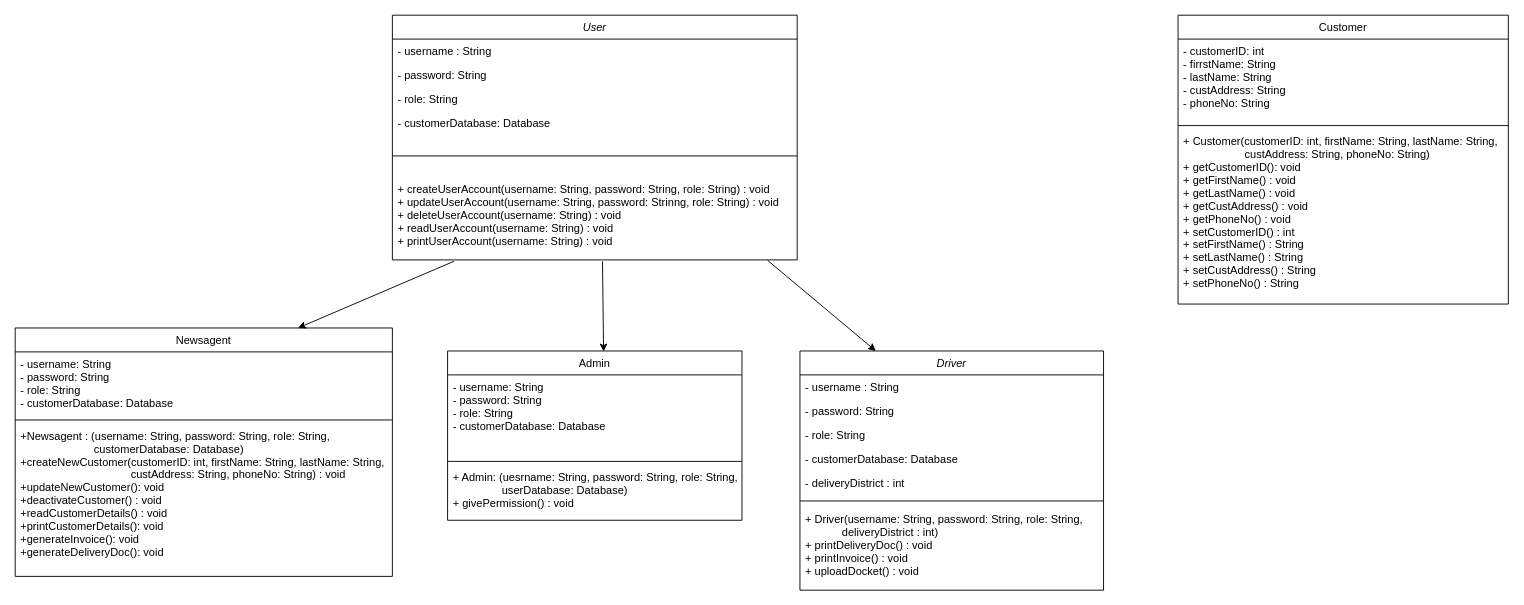
Above: Architecture/UML_Natalia.drawio in NataliaPalej/Newsagent-Project (draw.io), before the change. Source tidied: cells renumbered, new cells numbered last; positions are measured from the earlier drawing's top-left corner, leaving out a move shared by most shapes. Both pictures are drawn from the tidied source at 92%, with x=0, y=0 at pixel (15, 15).
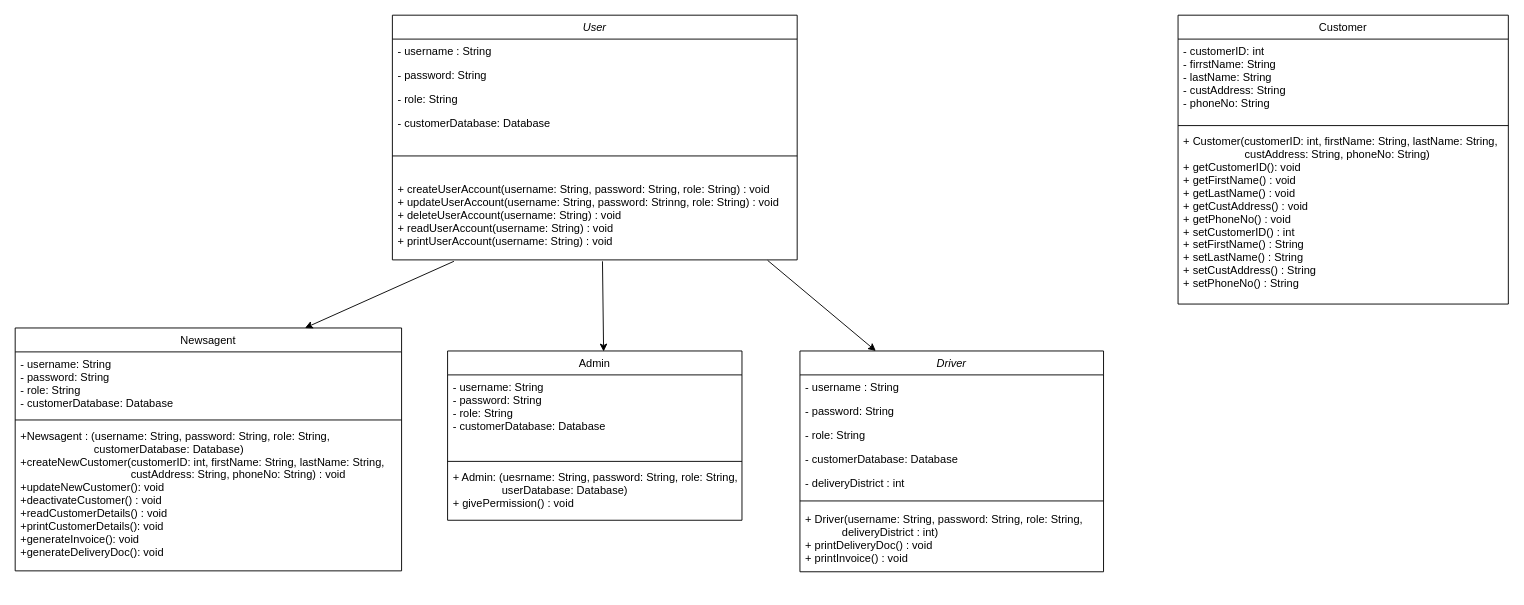
After the change.

Diff of the diagram source:
```diff
@@
     <mxCell id="9" value="Newsagent" style="swimlane;fontStyle=0;align=center;verticalAlign=top;horizontal=1;startSize=26;rounded=0;shadow=0;strokeWidth=1;" parent="1" vertex="1">
-      <mxGeometry y="340" width="410" height="270" as="geometry" />
+      <mxGeometry y="340" width="420" height="264" as="geometry" />
     </mxCell>
     <mxCell id="10" value="- username: String&#10;- password: String&#10;- role: String&#10;- customerDatabase: Database&#10;" style="text;align=left;verticalAlign=top;spacingLeft=4;spacingRight=4;overflow=hidden;" parent="9" vertex="1">
-      <mxGeometry y="26" width="410" height="70" as="geometry" />
+      <mxGeometry y="26" width="420" height="70" as="geometry" />
     </mxCell>
     <mxCell id="11" style="line;html=1;strokeWidth=1;align=left;verticalAlign=middle;spacingTop=-1;spacingLeft=3;spacingRight=3;labelPosition=right;" parent="9" vertex="1">
-      <mxGeometry y="96" width="410" height="8" as="geometry" />
+      <mxGeometry y="96" width="420" height="8" as="geometry" />
     </mxCell>
     <mxCell id="12" value="+Newsagent : (username: String, password: String, role: String, &#10;                        customerDatabase: Database)&#10;+createNewCustomer(customerID: int, firstName: String, lastName: String, &#10;                                    custAddress: String, phoneNo: String) : void&#10;+updateNewCustomer(): void&#10;+deactivateCustomer() : void&#10;+readCustomerDetails() : void&#10;+printCustomerDetails(): void&#10;+generateInvoice(): void&#10;+generateDeliveryDoc(): void" style="text;align=left;verticalAlign=top;spacingLeft=4;spacingRight=4;overflow=hidden;" parent="9" vertex="1">
-      <mxGeometry y="104" width="410" height="166" as="geometry" />
+      <mxGeometry y="104" width="420" height="160" as="geometry" />
     </mxCell>
@@
     <mxCell id="23" value="Driver" style="swimlane;fontStyle=2;align=center;verticalAlign=top;horizontal=1;startSize=26;rounded=0;shadow=0;strokeWidth=1;" parent="1" vertex="1">
-      <mxGeometry x="853" y="365" width="330" height="260" as="geometry" />
+      <mxGeometry x="853" y="365" width="330" height="240" as="geometry" />
     </mxCell>
@@
-    <mxCell id="30" value="+ Driver(username: String, password: String, role: String, &#10;            deliveryDistrict : int)&#10;+ printDeliveryDoc() : void&#10;+ printInvoice() : void&#10;+ uploadDocket() : void" style="text;align=left;verticalAlign=top;spacingLeft=4;spacingRight=4;overflow=hidden;" parent="23" vertex="1">
-      <mxGeometry y="170" width="330" height="90" as="geometry" />
-    </mxCell>
+    <mxCell id="32" value="+ Driver(username: String, password: String, role: String, &#10;            deliveryDistrict : int)&#10;+ printDeliveryDoc() : void&#10;+ printInvoice() : void" style="text;align=left;verticalAlign=top;spacingLeft=4;spacingRight=4;overflow=hidden;" parent="23" vertex="1">
+      <mxGeometry y="170" width="330" height="70" as="geometry" />
+    </mxCell>
```
